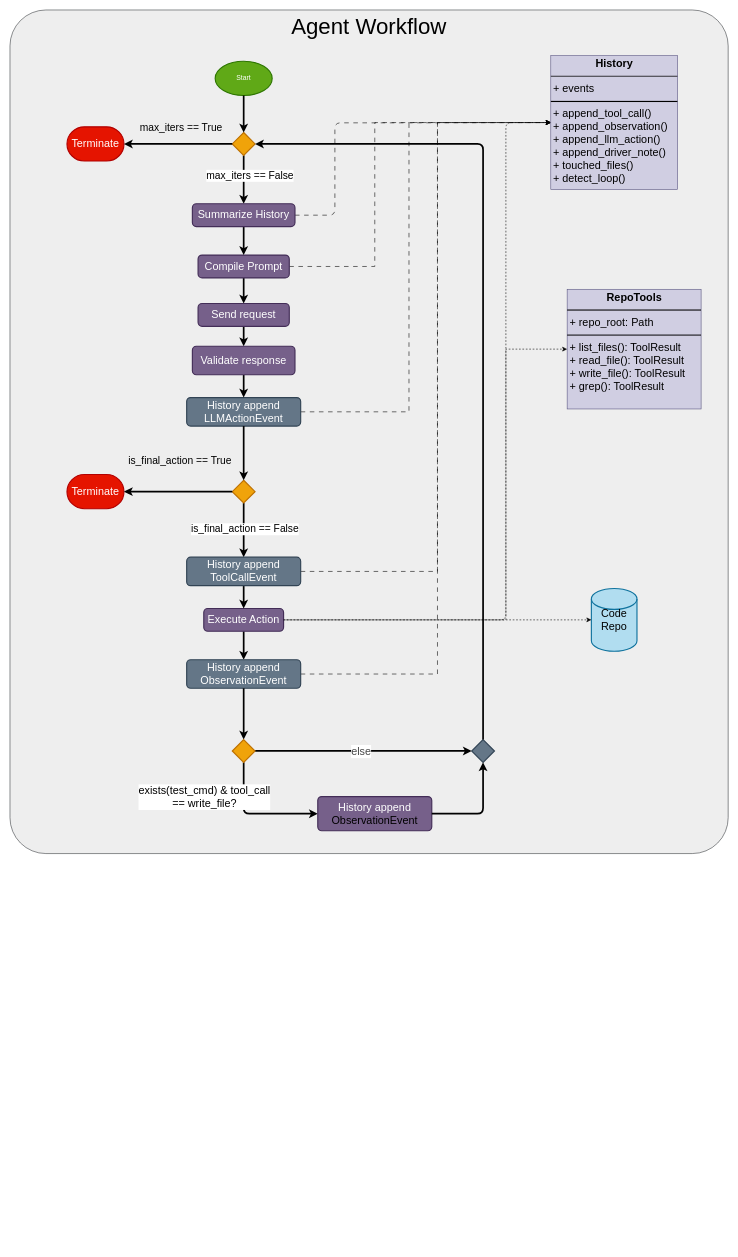
Before: blog_post/diagrams/agent_workflow.drawio in jbthejedi/llm-repo-agent, a draw.io diagram. Source tidied: cells renumbered, new cells numbered last; positions are measured from the earlier drawing's top-left corner, leaving out a move shared by most shapes. Both pictures are drawn from the tidied source at 57%, with x=0, y=0 at pixel (10, 10).
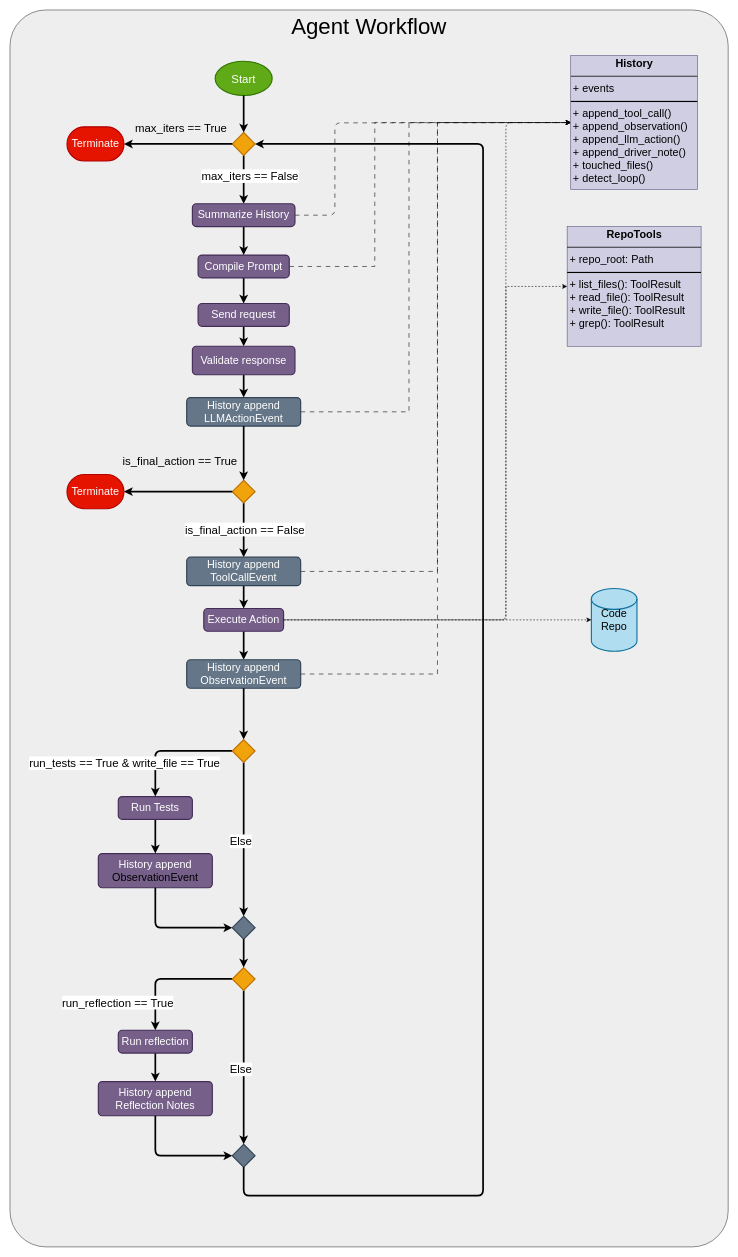
The same page after the edit.

The change refers to these unchanged cells:
```xml
<mxCell id="3" style="edgeStyle=none;html=1;exitX=0.5;exitY=1;exitDx=0;exitDy=0;exitPerimeter=0;entryX=0.5;entryY=0;entryDx=0;entryDy=0;labelBackgroundColor=none;strokeWidth=3;" parent="1" edge="1" source="5" target="50">
  <mxGeometry relative="1" as="geometry" />
</mxCell>
<mxCell id="5" style="strokeWidth=2;html=1;shape=mxgraph.flowchart.decision;whiteSpace=wrap;fontSize=19;fillColor=#f0a30a;strokeColor=#BD7000;fontColor=#000000;labelBackgroundColor=none;" parent="1" vertex="1">
  <mxGeometry x="390" y="215" width="40" height="40" as="geometry" />
</mxCell>
<mxCell id="11" style="edgeStyle=none;html=1;exitX=0.5;exitY=1;exitDx=0;exitDy=0;exitPerimeter=0;entryX=0.5;entryY=0;entryDx=0;entryDy=0;strokeWidth=3;" parent="1" edge="1" source="13" target="33">
  <mxGeometry relative="1" as="geometry" />
</mxCell>
<mxCell id="27" style="edgeStyle=none;html=1;exitX=0;exitY=0.5;exitDx=0;exitDy=0;exitPerimeter=0;entryX=1;entryY=0.5;entryDx=0;entryDy=0;entryPerimeter=0;fontSize=19;labelBackgroundColor=none;strokeWidth=3;" parent="1" edge="1" source="5" target="26">
  <mxGeometry relative="1" as="geometry" />
</mxCell>
<mxCell id="29" style="edgeStyle=none;html=1;exitX=0;exitY=0.5;exitDx=0;exitDy=0;exitPerimeter=0;entryX=1;entryY=0.5;entryDx=0;entryDy=0;entryPerimeter=0;fontSize=19;labelBackgroundColor=none;strokeWidth=3;" parent="1" edge="1" source="13" target="19">
  <mxGeometry relative="1" as="geometry" />
</mxCell>
<mxCell id="53" style="strokeWidth=2;html=1;shape=mxgraph.flowchart.decision;whiteSpace=wrap;fontSize=19;fillColor=#f0a30a;strokeColor=#BD7000;fontColor=#000000;labelBackgroundColor=none;" parent="1" vertex="1">
  <mxGeometry x="390" y="1280" width="40" height="40" as="geometry" />
</mxCell>
```

The edit, as a diff of the source:
```diff
@@
     <mxCell id="2" value="&lt;font style=&quot;font-size: 39px;&quot;&gt;Agent Workflow&lt;/font&gt;" style="rounded=1;whiteSpace=wrap;html=1;verticalAlign=top;labelBackgroundColor=none;fillColor=#eeeeee;strokeColor=#36393d;arcSize=5;fontStyle=0;" parent="1" vertex="1">
-      <mxGeometry width="1260" height="1480" as="geometry" />
+      <mxGeometry width="1260" height="2170" as="geometry" />
     </mxCell>
@@
-    <mxCell id="4" value="&lt;font style=&quot;font-size: 18px;&quot;&gt;max_iters == False&lt;/font&gt;" style="edgeLabel;html=1;align=center;verticalAlign=middle;labelBackgroundColor=light-dark(#FFFFFF,#202020);fontColor=light-dark(#000000,#FFFFFF);" parent="3" vertex="1">
+    <mxCell id="4" value="&lt;font&gt;max_iters == False&lt;/font&gt;" style="edgeLabel;html=1;align=center;verticalAlign=middle;labelBackgroundColor=light-dark(#FFFFFF,#202020);fontColor=light-dark(#000000,#FFFFFF);fontSize=20;" parent="3" vertex="1">
       <mxGeometry x="-0.11" y="3" relative="1" as="geometry">
         <mxPoint x="7" y="-3" as="offset" />
       </mxGeometry>
     </mxCell>
@@
-    <mxCell id="12" value="&lt;span style=&quot;font-size: 18px;&quot;&gt;is_final_action == False&lt;/span&gt;" style="edgeLabel;html=1;align=center;verticalAlign=middle;labelBackgroundColor=light-dark(#FFFFFF,#202020);fontColor=light-dark(#000000,#FFFFFF);" parent="11" vertex="1">
+    <mxCell id="12" value="&lt;span&gt;is_final_action == False&lt;/span&gt;" style="edgeLabel;html=1;align=center;verticalAlign=middle;labelBackgroundColor=light-dark(#FFFFFF,#202020);fontColor=light-dark(#000000,#FFFFFF);fontSize=20;" parent="11" vertex="1">
       <mxGeometry x="-0.06" y="1" relative="1" as="geometry" />
     </mxCell>
@@
     <mxCell id="15" style="edgeStyle=orthogonalEdgeStyle;html=1;entryX=0;entryY=0.5;entryDx=0;entryDy=0;dashed=1;rounded=0;curved=0;labelBackgroundColor=none;" parent="1" edge="1" target="45">
       <mxGeometry relative="1" as="geometry">
         <mxPoint x="480" y="1070" as="sourcePoint" />
         <Array as="points">
           <mxPoint x="870" y="1070" />
-          <mxPoint x="870" y="595" />
+          <mxPoint x="870" y="485" />
         </Array>
       </mxGeometry>
     </mxCell>
@@
-    <mxCell id="17" style="edgeStyle=none;html=1;exitX=0.5;exitY=1;exitDx=0;exitDy=0;entryX=0;entryY=0.5;entryDx=0;entryDy=0;labelBackgroundColor=none;exitPerimeter=0;strokeWidth=3;" parent="1" edge="1" source="53" target="20">
+    <mxCell id="17" style="edgeStyle=none;html=1;labelBackgroundColor=none;strokeWidth=3;entryX=0.5;entryY=0;entryDx=0;entryDy=0;exitX=0;exitY=0.5;exitDx=0;exitDy=0;exitPerimeter=0;" parent="1" edge="1" source="53" target="56">
       <mxGeometry relative="1" as="geometry">
         <Array as="points">
-          <mxPoint x="410" y="1410" />
+          <mxPoint x="255" y="1300" />
         </Array>
       </mxGeometry>
     </mxCell>
-    <mxCell id="18" value="&lt;font style=&quot;scrollbar-color: rgb(75, 75, 75) rgb(27, 29, 30); text-wrap-mode: wrap; font-size: 12px;&quot;&gt;&lt;span style=&quot;scrollbar-color: rgb(75, 75, 75) rgb(27, 29, 30); font-size: 19px;&quot;&gt;exists(test_cmd)&amp;nbsp;&lt;/span&gt;&lt;/font&gt;&lt;span style=&quot;scrollbar-color: rgb(75, 75, 75) rgb(27, 29, 30); text-wrap-mode: wrap; font-size: 19px;&quot;&gt;&amp;amp;&amp;nbsp;&lt;/span&gt;&lt;span style=&quot;scrollbar-color: rgb(75, 75, 75) rgb(27, 29, 30); text-wrap-mode: wrap; font-size: 19px;&quot;&gt;tool_call == write_file?&lt;/span&gt;" style="edgeLabel;html=1;align=center;verticalAlign=middle;labelBackgroundColor=light-dark(#FFFFFF,#202020);fontColor=light-dark(#000000,#FFFFFF);" parent="17" vertex="1">
-      <mxGeometry x="0.18" y="3" relative="1" as="geometry">
-        <mxPoint x="-110" y="-27" as="offset" />
-      </mxGeometry>
-    </mxCell>
+    <mxCell id="54" value="run_tests == True &amp;amp; write_file == True" style="edgeLabel;html=1;align=center;verticalAlign=middle;fontSize=20;labelBackgroundColor=light-dark(#FFFFFF,#202020);" parent="17" vertex="1">
+      <mxGeometry x="-0.58" y="-2" relative="1" as="geometry">
+        <mxPoint x="-145" y="22" as="offset" />
+      </mxGeometry>
+    </mxCell>
@@
     <mxCell id="20" value="History append&lt;div&gt;&lt;font style=&quot;color: light-dark(rgb(0, 0, 0), rgb(0, 0, 0));&quot;&gt;ObservationEvent&lt;/font&gt;&lt;/div&gt;" style="rounded=1;whiteSpace=wrap;html=1;absoluteArcSize=1;arcSize=14;strokeWidth=2;fontSize=19;fillColor=light-dark(#76608A,#7D8C9B);fontColor=#ffffff;strokeColor=#432D57;labelBackgroundColor=none;" parent="1" vertex="1">
-      <mxGeometry x="540" y="1380" width="200" height="60" as="geometry" />
+      <mxGeometry x="155" y="1480" width="200" height="60" as="geometry" />
     </mxCell>
     <mxCell id="21" style="strokeWidth=2;html=1;shape=mxgraph.flowchart.decision;whiteSpace=wrap;fontSize=19;labelBackgroundColor=none;fillColor=#647687;fontColor=#ffffff;strokeColor=#314354;" parent="1" vertex="1">
-      <mxGeometry x="810" y="1280" width="40" height="40" as="geometry" />
+      <mxGeometry x="390" y="1590" width="40" height="40" as="geometry" />
     </mxCell>
@@
-    <mxCell id="28" value="max_iters == True" style="edgeLabel;html=1;align=center;verticalAlign=middle;fontSize=18;labelBackgroundColor=none;fontColor=light-dark(#000000,#FFFFFF);" parent="27" vertex="1">
+    <mxCell id="28" value="max_iters == True" style="edgeLabel;html=1;align=center;verticalAlign=middle;fontSize=20;labelBackgroundColor=none;fontColor=light-dark(#000000,#FFFFFF);" parent="27" vertex="1">
       <mxGeometry x="-0.05" relative="1" as="geometry">
         <mxPoint x="-1" y="-30" as="offset" />
       </mxGeometry>
     </mxCell>
@@
-    <mxCell id="30" value="&lt;font style=&quot;font-size: 18px;&quot;&gt;is_final_action == True&lt;/font&gt;" style="edgeLabel;html=1;align=center;verticalAlign=middle;labelBackgroundColor=none;fontColor=light-dark(#000000,#FFFFFF);" parent="29" vertex="1">
+    <mxCell id="30" value="&lt;font&gt;is_final_action == True&lt;/font&gt;" style="edgeLabel;html=1;align=center;verticalAlign=middle;labelBackgroundColor=none;fontColor=light-dark(#000000,#FFFFFF);fontSize=20;" parent="29" vertex="1">
       <mxGeometry x="-0.02" y="-3" relative="1" as="geometry">
         <mxPoint y="-52" as="offset" />
       </mxGeometry>
     </mxCell>
@@
     <mxCell id="35" value="&lt;p style=&quot;margin:0px;margin-top:4px;text-align:center;&quot;&gt;&lt;b&gt;History&lt;/b&gt;&lt;/p&gt;&lt;hr style=&quot;border-style:solid;&quot;&gt;&lt;p style=&quot;margin:0px;margin-left:4px;&quot;&gt;+ events&lt;/p&gt;&lt;hr style=&quot;border-style:solid;&quot;&gt;&lt;p style=&quot;margin:0px;margin-left:4px;&quot;&gt;+ append_tool_call()&lt;/p&gt;&lt;p style=&quot;margin:0px;margin-left:4px;&quot;&gt;+ append_observation()&lt;/p&gt;&lt;p style=&quot;margin:0px;margin-left:4px;&quot;&gt;+ append_llm_action()&lt;/p&gt;&lt;p style=&quot;margin:0px;margin-left:4px;&quot;&gt;+ append_driver_note()&lt;/p&gt;&lt;p style=&quot;margin:0px;margin-left:4px;&quot;&gt;+ touched_files()&lt;/p&gt;&lt;p style=&quot;margin:0px;margin-left:4px;&quot;&gt;+ detect_loop()&lt;/p&gt;" style="verticalAlign=top;align=left;overflow=fill;html=1;whiteSpace=wrap;fontSize=19;fillColor=#d0cee2;strokeColor=#56517e;labelBackgroundColor=none;" parent="1" vertex="1">
-      <mxGeometry x="948.8" y="80" width="222.5" height="235" as="geometry" />
+      <mxGeometry x="983.8" y="80" width="222.5" height="235" as="geometry" />
     </mxCell>
-    <mxCell id="36" style="edgeStyle=none;html=1;exitX=1;exitY=0.5;exitDx=0;exitDy=0;entryX=0.5;entryY=1;entryDx=0;entryDy=0;entryPerimeter=0;labelBackgroundColor=none;strokeWidth=3;" parent="1" edge="1" source="20" target="21">
-      <mxGeometry relative="1" as="geometry">
-        <Array as="points">
-          <mxPoint x="830" y="1410" />
-        </Array>
-      </mxGeometry>
-    </mxCell>
-    <mxCell id="37" style="edgeStyle=none;html=1;exitX=0.5;exitY=0;exitDx=0;exitDy=0;exitPerimeter=0;entryX=1;entryY=0.5;entryDx=0;entryDy=0;entryPerimeter=0;labelBackgroundColor=none;strokeWidth=3;" parent="1" edge="1" source="21" target="5">
-      <mxGeometry relative="1" as="geometry">
-        <Array as="points">
-          <mxPoint x="830" y="235" />
-        </Array>
-      </mxGeometry>
-    </mxCell>
-    <mxCell id="38" style="edgeStyle=none;html=1;exitX=1;exitY=0.5;exitDx=0;exitDy=0;entryX=0;entryY=0.5;entryDx=0;entryDy=0;entryPerimeter=0;labelBackgroundColor=none;exitPerimeter=0;strokeWidth=3;" parent="1" edge="1" source="53" target="21">
+    <mxCell id="38" style="edgeStyle=none;html=1;exitX=0.5;exitY=1;exitDx=0;exitDy=0;entryX=0.5;entryY=0;entryDx=0;entryDy=0;entryPerimeter=0;labelBackgroundColor=none;exitPerimeter=0;strokeWidth=3;" parent="1" edge="1" source="53" target="21">
       <mxGeometry relative="1" as="geometry" />
     </mxCell>
-    <mxCell id="39" value="&lt;font color=&quot;#484848&quot;&gt;&lt;span style=&quot;font-size: 19px; text-wrap-mode: wrap;&quot;&gt;else&lt;/span&gt;&lt;/font&gt;" style="edgeLabel;html=1;align=center;verticalAlign=middle;labelBackgroundColor=light-dark(#FFFFFF,#202020);" parent="38" vertex="1">
+    <mxCell id="39" value="&lt;span style=&quot;text-wrap-mode: wrap;&quot;&gt;Else&lt;/span&gt;" style="edgeLabel;html=1;align=center;verticalAlign=middle;labelBackgroundColor=light-dark(#FFFFFF,#202020);fontSize=20;" parent="38" vertex="1">
       <mxGeometry x="0.01" y="1" relative="1" as="geometry">
         <mxPoint x="-7" y="1" as="offset" />
       </mxGeometry>
     </mxCell>
@@
     <mxCell id="45" value="&lt;p style=&quot;margin:0px;margin-top:4px;text-align:center;&quot;&gt;&lt;b&gt;RepoTools&lt;/b&gt;&lt;/p&gt;&lt;hr style=&quot;border-style:solid;&quot;&gt;&lt;p style=&quot;margin:0px;margin-left:4px;&quot;&gt;+ repo_root: Path&lt;/p&gt;&lt;hr style=&quot;border-style:solid;&quot;&gt;&lt;p style=&quot;margin:0px;margin-left:4px;&quot;&gt;+ list_files(): ToolResult&lt;/p&gt;&lt;p style=&quot;margin:0px;margin-left:4px;&quot;&gt;+ read_file(): ToolResult&lt;/p&gt;&lt;p style=&quot;margin:0px;margin-left:4px;&quot;&gt;+ write_file(): ToolResult&lt;/p&gt;&lt;p style=&quot;margin:0px;margin-left:4px;&quot;&gt;+ grep(): ToolResult&lt;/p&gt;" style="verticalAlign=top;align=left;overflow=fill;html=1;whiteSpace=wrap;fontSize=19;fillColor=#d0cee2;strokeColor=#56517e;labelBackgroundColor=none;" parent="1" vertex="1">
-      <mxGeometry x="977.5" y="490" width="235" height="210" as="geometry" />
+      <mxGeometry x="977.5" y="380" width="235" height="210" as="geometry" />
     </mxCell>
@@
-    <mxCell id="51" value="Start" style="strokeWidth=2;html=1;shape=mxgraph.flowchart.start_1;whiteSpace=wrap;fillColor=#60a917;fontColor=#ffffff;strokeColor=#2D7600;" parent="1" vertex="1">
+    <mxCell id="51" value="Start" style="strokeWidth=2;html=1;shape=mxgraph.flowchart.start_1;whiteSpace=wrap;fillColor=#60a917;fontColor=#ffffff;strokeColor=#2D7600;fontSize=20;" parent="1" vertex="1">
       <mxGeometry x="360" y="90" width="100" height="60" as="geometry" />
     </mxCell>
@@
+    <mxCell id="55" style="edgeStyle=none;html=1;exitX=0.5;exitY=1;exitDx=0;exitDy=0;entryX=0.5;entryY=0;entryDx=0;entryDy=0;strokeWidth=3;" parent="1" edge="1" source="56" target="20">
+      <mxGeometry relative="1" as="geometry" />
+    </mxCell>
+    <mxCell id="56" value="Run Tests" style="rounded=1;whiteSpace=wrap;html=1;absoluteArcSize=1;arcSize=14;strokeWidth=2;fontSize=19;fillColor=light-dark(#76608A,#A18EB3);fontColor=#ffffff;strokeColor=#432D57;labelBackgroundColor=none;" parent="1" vertex="1">
+      <mxGeometry x="190" y="1380" width="130" height="40" as="geometry" />
+    </mxCell>
+    <mxCell id="36" style="edgeStyle=none;html=1;entryX=0;entryY=0.5;entryDx=0;entryDy=0;entryPerimeter=0;exitX=0.5;exitY=1;exitDx=0;exitDy=0;strokeWidth=3;" parent="1" edge="1" source="20" target="21">
+      <mxGeometry relative="1" as="geometry">
+        <Array as="points">
+          <mxPoint x="255" y="1610" />
+        </Array>
+      </mxGeometry>
+    </mxCell>
+    <mxCell id="57" style="edgeStyle=none;html=1;labelBackgroundColor=none;strokeWidth=3;entryX=0.5;entryY=0;entryDx=0;entryDy=0;exitX=0;exitY=0.5;exitDx=0;exitDy=0;exitPerimeter=0;" parent="1" edge="1" source="63" target="65">
+      <mxGeometry relative="1" as="geometry">
+        <Array as="points">
+          <mxPoint x="255" y="1700" />
+        </Array>
+      </mxGeometry>
+    </mxCell>
+    <mxCell id="58" value="run_reflection == True" style="edgeLabel;html=1;align=center;verticalAlign=middle;fontSize=20;labelBackgroundColor=light-dark(#FFFFFF,#202020);" parent="57" vertex="1">
+      <mxGeometry x="-0.58" y="-2" relative="1" as="geometry">
+        <mxPoint x="-155" y="42" as="offset" />
+      </mxGeometry>
+    </mxCell>
+    <mxCell id="59" value="History append Reflection Notes" style="rounded=1;whiteSpace=wrap;html=1;absoluteArcSize=1;arcSize=14;strokeWidth=2;fontSize=19;fillColor=light-dark(#76608A,#7D8C9B);fontColor=#ffffff;strokeColor=#432D57;labelBackgroundColor=none;" parent="1" vertex="1">
+      <mxGeometry x="155" y="1880" width="200" height="60" as="geometry" />
+    </mxCell>
+    <mxCell id="60" style="strokeWidth=2;html=1;shape=mxgraph.flowchart.decision;whiteSpace=wrap;fontSize=19;labelBackgroundColor=none;fillColor=#647687;fontColor=#ffffff;strokeColor=#314354;" parent="1" vertex="1">
+      <mxGeometry x="390" y="1990" width="40" height="40" as="geometry" />
+    </mxCell>
+    <mxCell id="61" style="edgeStyle=none;html=1;exitX=0.5;exitY=1;exitDx=0;exitDy=0;entryX=0.5;entryY=0;entryDx=0;entryDy=0;entryPerimeter=0;labelBackgroundColor=none;exitPerimeter=0;strokeWidth=3;" parent="1" edge="1" source="63" target="60">
+      <mxGeometry relative="1" as="geometry" />
+    </mxCell>
+    <mxCell id="62" value="&lt;span style=&quot;text-wrap-mode: wrap;&quot;&gt;Else&lt;/span&gt;" style="edgeLabel;html=1;align=center;verticalAlign=middle;labelBackgroundColor=light-dark(#FFFFFF,#202020);fontSize=20;" parent="61" vertex="1">
+      <mxGeometry x="0.01" y="1" relative="1" as="geometry">
+        <mxPoint x="-7" y="1" as="offset" />
+      </mxGeometry>
+    </mxCell>
+    <mxCell id="63" style="strokeWidth=2;html=1;shape=mxgraph.flowchart.decision;whiteSpace=wrap;fontSize=19;fillColor=#f0a30a;strokeColor=#BD7000;fontColor=#000000;labelBackgroundColor=none;" parent="1" vertex="1">
+      <mxGeometry x="390" y="1680" width="40" height="40" as="geometry" />
+    </mxCell>
+    <mxCell id="64" style="edgeStyle=none;html=1;exitX=0.5;exitY=1;exitDx=0;exitDy=0;entryX=0.5;entryY=0;entryDx=0;entryDy=0;strokeWidth=3;" parent="1" edge="1" source="65" target="59">
+      <mxGeometry relative="1" as="geometry" />
+    </mxCell>
+    <mxCell id="65" value="Run reflection" style="rounded=1;whiteSpace=wrap;html=1;absoluteArcSize=1;arcSize=14;strokeWidth=2;fontSize=19;fillColor=light-dark(#76608A,#A18EB3);fontColor=#ffffff;strokeColor=#432D57;labelBackgroundColor=none;" parent="1" vertex="1">
+      <mxGeometry x="190" y="1790" width="130" height="40" as="geometry" />
+    </mxCell>
+    <mxCell id="66" style="edgeStyle=none;html=1;entryX=0;entryY=0.5;entryDx=0;entryDy=0;entryPerimeter=0;exitX=0.5;exitY=1;exitDx=0;exitDy=0;strokeWidth=3;" parent="1" edge="1" source="59" target="60">
+      <mxGeometry relative="1" as="geometry">
+        <Array as="points">
+          <mxPoint x="255" y="2010" />
+        </Array>
+      </mxGeometry>
+    </mxCell>
+    <mxCell id="67" style="edgeStyle=none;html=1;exitX=0.5;exitY=1;exitDx=0;exitDy=0;exitPerimeter=0;entryX=0.5;entryY=0;entryDx=0;entryDy=0;entryPerimeter=0;strokeWidth=3;" parent="1" edge="1" source="21" target="63">
+      <mxGeometry relative="1" as="geometry" />
+    </mxCell>
+    <mxCell id="68" style="edgeStyle=orthogonalEdgeStyle;html=1;exitX=0.5;exitY=1;exitDx=0;exitDy=0;exitPerimeter=0;entryX=1;entryY=0.5;entryDx=0;entryDy=0;entryPerimeter=0;strokeWidth=3;" parent="1" edge="1" source="60" target="5">
+      <mxGeometry relative="1" as="geometry">
+        <Array as="points">
+          <mxPoint x="410" y="2080" />
+          <mxPoint x="830" y="2080" />
+          <mxPoint x="830" y="235" />
+        </Array>
+      </mxGeometry>
+    </mxCell>
```
